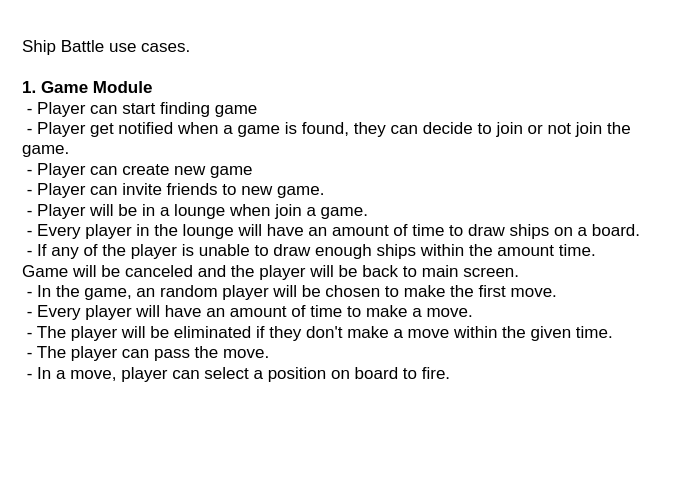
HuyAtreides/diagram keeps this draw.io diagram as Untitled Diagram.drawio. Above is the earlier version. Source tidied: cells renumbered, new cells numbered last; positions are measured from the earlier drawing's top-left corner, leaving out a move shared by most shapes. Both pictures are drawn from the tidied source at 100%, with x=0, y=0 at pixel (17, 27).
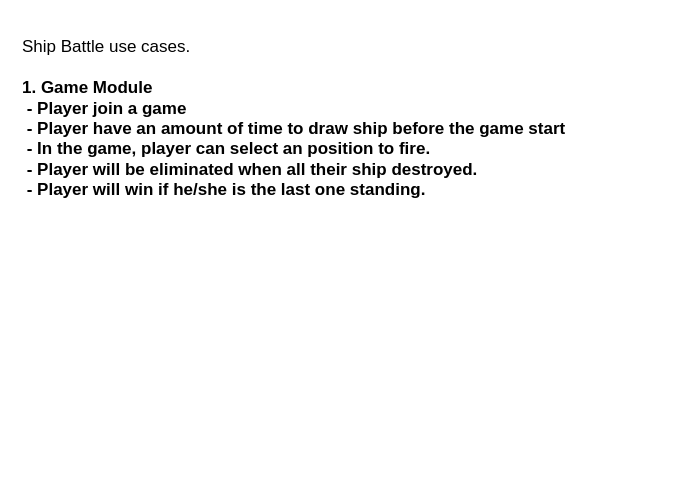
Above is the later version.

The edit, as a diff of the source:
```diff
@@
 <mxGraphModel>
   <root>
     <mxCell id="0" />
     <mxCell id="1" parent="0" />
-    <mxCell id="2" value="&lt;div&gt;&lt;br&gt;&lt;/div&gt;&lt;div&gt;Ship Battle use cases.&lt;/div&gt;&lt;div&gt;&lt;br&gt;&lt;/div&gt;&lt;div&gt;&lt;b&gt;1. Game Module&lt;/b&gt;&lt;/div&gt;&lt;div&gt;&amp;nbsp;- Player can start finding game&lt;/div&gt;&lt;div&gt;&amp;nbsp;- Player get notified when a game is found, they can decide to join or not join the game.&lt;/div&gt;&lt;div&gt;&amp;nbsp;- Player can create new game&lt;/div&gt;&lt;div&gt;&amp;nbsp;- Player can invite friends to new game.&lt;/div&gt;&lt;div&gt;&amp;nbsp;- Player will be in a lounge when join a game.&lt;/div&gt;&lt;div&gt;&amp;nbsp;- Every player in the lounge will have an amount of time to draw ships on a board.&lt;/div&gt;&lt;div&gt;&amp;nbsp;- If any of the player is unable to draw enough ships within the amount time. Game will be canceled and the player will be back to main screen.&lt;br&gt;&lt;/div&gt;&lt;div&gt;&amp;nbsp;- In the game, an random player will be chosen to make the first move.&lt;/div&gt;&lt;div&gt;&amp;nbsp;- Every player will have an amount of time to make a move.&lt;/div&gt;&lt;div&gt;&amp;nbsp;- The player will be eliminated if they don't make a move within the given time.&lt;/div&gt;&lt;div&gt;&amp;nbsp;- The player can pass the move.&lt;/div&gt;&lt;div&gt;&amp;nbsp;- In a move, player can select a position on board to fire.&lt;br&gt;&lt;/div&gt;" style="text;html=1;strokeColor=none;fillColor=none;spacing=5;spacingTop=-20;whiteSpace=wrap;overflow=hidden;rounded=0;rotation=0;fontSize=17;" parent="1" vertex="1">
-      <mxGeometry width="630" height="430" as="geometry" />
+    <mxCell id="2" value="&lt;div&gt;&lt;br&gt;&lt;/div&gt;&lt;div&gt;Ship Battle use cases.&lt;/div&gt;&lt;div&gt;&lt;br&gt;&lt;/div&gt;&lt;div&gt;&lt;b&gt;1. Game Module&lt;/b&gt;&lt;/div&gt;&lt;div&gt;&lt;b&gt;&amp;nbsp;- Player join a game&lt;/b&gt;&lt;/div&gt;&lt;div&gt;&lt;b&gt;&amp;nbsp;- Player have an amount of time to draw ship before the game start&lt;/b&gt;&lt;/div&gt;&lt;div&gt;&lt;b&gt;&amp;nbsp;- In the game, player can select an position to fire.&lt;/b&gt;&lt;/div&gt;&lt;div&gt;&lt;b&gt;&amp;nbsp;- Player will be eliminated when all their ship destroyed.&lt;/b&gt;&lt;/div&gt;&lt;div&gt;&lt;b&gt;&amp;nbsp;- Player will win if he/she is the last one standing.&lt;br&gt;&lt;/b&gt;&lt;/div&gt;" style="text;html=1;strokeColor=none;fillColor=none;spacing=5;spacingTop=-20;whiteSpace=wrap;overflow=hidden;rounded=0;rotation=0;fontSize=17;" parent="1" vertex="1">
+      <mxGeometry width="661" height="435" as="geometry" />
     </mxCell>
   </root>
 </mxGraphModel>
```
